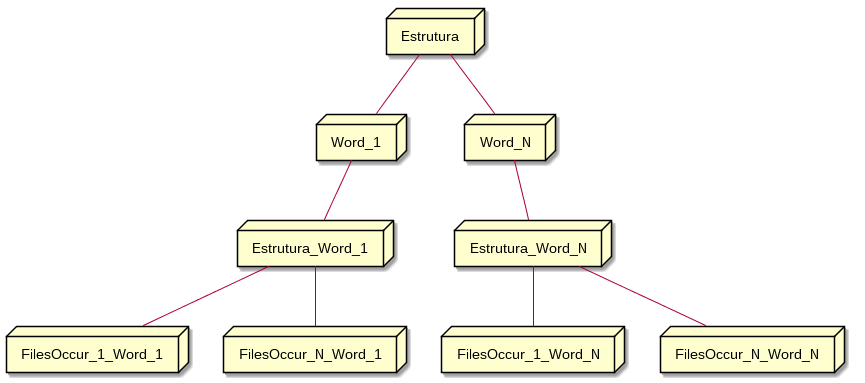
Before: ideia.png, a diagram exported from PlantUML (elheremes/EDII_arvores). Source of this version:
```plantuml
@startuml

node Estrutura
node Word_1
node Word_N
node Estrutura_Word_1
node Estrutura_Word_N
node FilesOccur_1_Word_1
node FilesOccur_N_Word_1
node FilesOccur_1_Word_N
node FilesOccur_N_Word_N

Estrutura -- Word_1
Estrutura -- Word_N
Word_1 -- Estrutura_Word_1
Word_N -- Estrutura_Word_N
Estrutura_Word_1 -- FilesOccur_1_Word_1
Estrutura_Word_1 -- FilesOccur_N_Word_1
Estrutura_Word_N -- FilesOccur_1_Word_N
Estrutura_Word_N -- FilesOccur_N_Word_N

@enduml
```
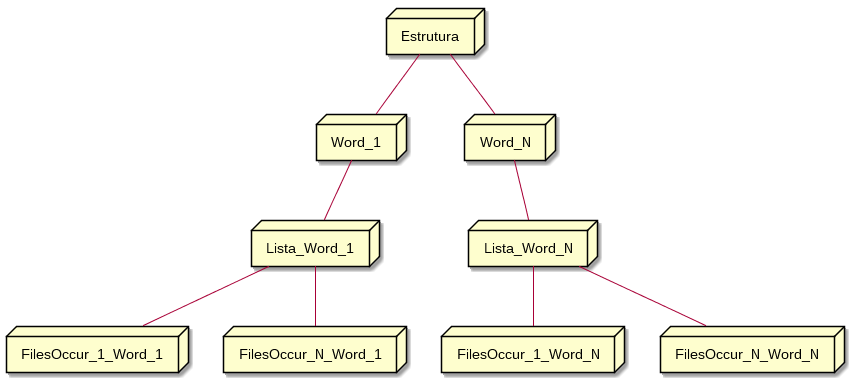
After the commit.

Change to the diagram source:
```diff
@@ -3,8 +3,8 @@
 node Estrutura
 node Word_1
 node Word_N
-node Estrutura_Word_1
-node Estrutura_Word_N
+node Lista_Word_1
+node Lista_Word_N
 node FilesOccur_1_Word_1
 node FilesOccur_N_Word_1
 node FilesOccur_1_Word_N
@@ -12,11 +12,11 @@
 
 Estrutura -- Word_1
 Estrutura -- Word_N
-Word_1 -- Estrutura_Word_1
-Word_N -- Estrutura_Word_N
-Estrutura_Word_1 -- FilesOccur_1_Word_1
-Estrutura_Word_1 -- FilesOccur_N_Word_1
-Estrutura_Word_N -- FilesOccur_1_Word_N
-Estrutura_Word_N -- FilesOccur_N_Word_N
+Word_1 -- Lista_Word_1
+Word_N -- Lista_Word_N
+Lista_Word_1 -- FilesOccur_1_Word_1
+Lista_Word_1 -- FilesOccur_N_Word_1
+Lista_Word_N -- FilesOccur_1_Word_N
+Lista_Word_N -- FilesOccur_N_Word_N
 
 @enduml
```
